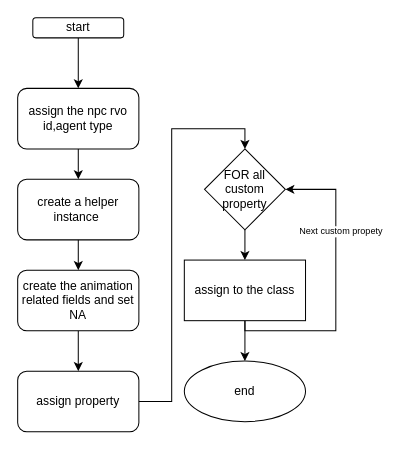
sivagit/diagrams keeps this draw.io diagram as vehicle/constructor.drawio. Above is the earlier version. Source tidied: cells renumbered, new cells numbered last; positions are measured from the earlier drawing's top-left corner, leaving out a move shared by most shapes. Both pictures are drawn from the tidied source at 101%, with x=0, y=0 at pixel (17, 17).
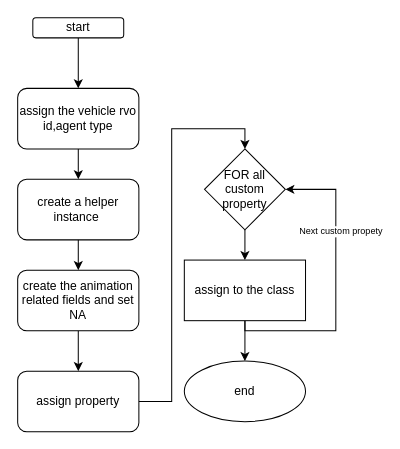
After the change.

The edit, as a diff of the source:
```diff
@@
-    <mxCell id="5" value="assign the npc rvo id,agent type" style="whiteSpace=wrap;html=1;rounded=1;" parent="1" vertex="1">
+    <mxCell id="5" value="assign the vehicle rvo id,agent type" style="whiteSpace=wrap;html=1;rounded=1;" parent="1" vertex="1">
       <mxGeometry y="70" width="120" height="60" as="geometry" />
     </mxCell>
```
